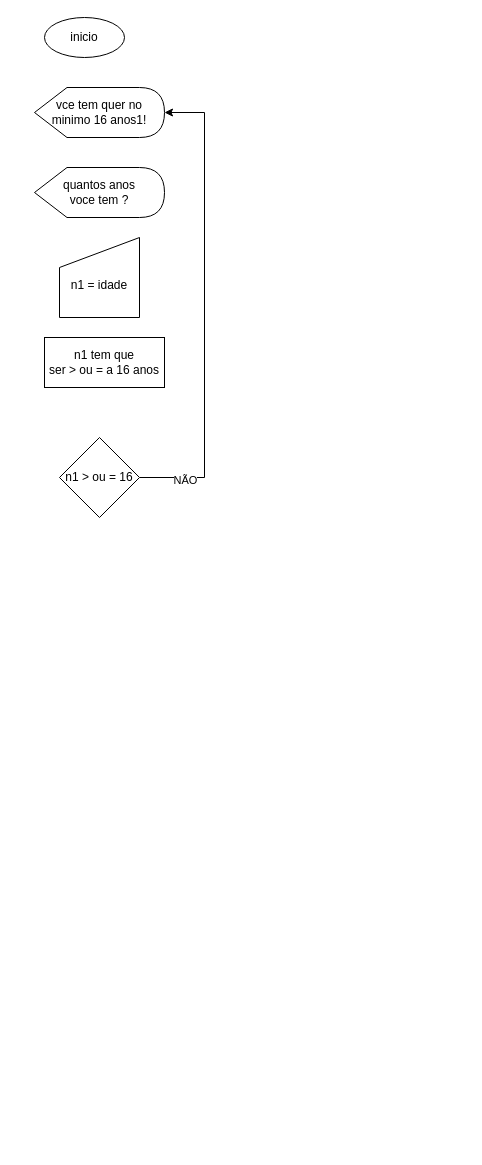
Above: Prova01.drawio in Lucas086Aguiar/fluxograma (draw.io), before the change. Source tidied: cells renumbered, new cells numbered last; positions are measured from the earlier drawing's top-left corner, leaving out a move shared by most shapes. Both pictures are drawn from the tidied source at 100%, with x=0, y=0 at pixel (34, 17).
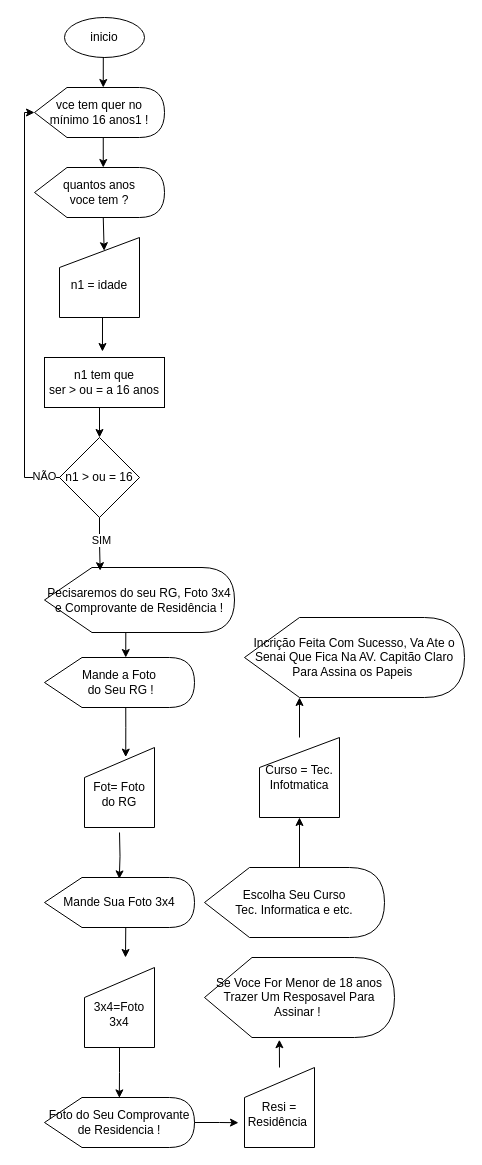
The same diagram, later.

Unchanged cells that the change refers to:
```xml
<mxCell id="4" value="quantos anos &lt;br&gt;voce tem ?" style="shape=display;whiteSpace=wrap;html=1;" parent="1" vertex="1">
  <mxGeometry y="150" width="130" height="50" as="geometry" />
</mxCell>
<mxCell id="5" value="&lt;br&gt;n1 = idade" style="shape=manualInput;whiteSpace=wrap;html=1;" parent="1" vertex="1">
  <mxGeometry x="25" y="220" width="80" height="80" as="geometry" />
</mxCell>
<mxCell id="9" value="n1 &amp;gt; ou = 16&lt;br&gt;" style="rhombus;whiteSpace=wrap;html=1;" parent="1" vertex="1">
  <mxGeometry x="25" y="420" width="80" height="80" as="geometry" />
</mxCell>
```

The edit, as a diff of the source:
```diff
@@
     <mxCell id="2" value="inicio" style="ellipse;whiteSpace=wrap;html=1;" parent="1" vertex="1">
-      <mxGeometry x="10" width="80" height="40" as="geometry" />
+      <mxGeometry x="30" width="80" height="40" as="geometry" />
     </mxCell>
-    <mxCell id="3" value="vce tem quer no minimo 16 anos1!" style="shape=display;whiteSpace=wrap;html=1;" parent="1" vertex="1">
+    <mxCell id="3" value="vce tem quer no mínimo 16 anos1 !" style="shape=display;whiteSpace=wrap;html=1;" parent="1" vertex="1">
       <mxGeometry y="70" width="130" height="50" as="geometry" />
     </mxCell>
@@
+    <mxCell id="10" style="edgeStyle=orthogonalEdgeStyle;rounded=0;jettySize=auto;html=1;exitX=0.5;exitY=1;exitDx=0;exitDy=0;entryX=0.5;entryY=0;entryDx=0;entryDy=0;" parent="1" edge="1" source="6" target="9">
+      <mxGeometry relative="1" as="geometry" />
+    </mxCell>
     <mxCell id="6" value="&lt;font style=&quot;&quot;&gt;&lt;font style=&quot;&quot;&gt;&lt;font style=&quot;&quot;&gt;&lt;font style=&quot;&quot;&gt;&lt;font style=&quot;&quot;&gt;&lt;font style=&quot;&quot;&gt;&lt;font style=&quot;&quot;&gt;&lt;font style=&quot;&quot;&gt;&lt;span style=&quot;vertical-align: inherit;&quot;&gt;n1 tem que&lt;br&gt;&amp;nbsp;ser &amp;gt; ou = a 16 anos&amp;nbsp;&lt;/span&gt;&lt;/font&gt;&lt;/font&gt;&lt;/font&gt;&lt;/font&gt;&lt;/font&gt;&lt;/font&gt;&lt;/font&gt;&lt;/font&gt;" style="rounded=0;whiteSpace=wrap;html=1;" parent="1" vertex="1">
-      <mxGeometry x="10" y="320" width="120" height="50" as="geometry" />
+      <mxGeometry x="10" y="340" width="120" height="50" as="geometry" />
     </mxCell>
-    <mxCell id="7" style="edgeStyle=orthogonalEdgeStyle;rounded=0;jettySize=auto;html=1;exitX=1;exitY=0.5;exitDx=0;exitDy=0;entryX=1;entryY=0.5;entryDx=0;entryDy=0;entryPerimeter=0;" parent="1" edge="1" source="9" target="3">
+    <mxCell id="7" style="edgeStyle=orthogonalEdgeStyle;rounded=0;jettySize=auto;html=1;exitX=1;exitY=0.5;exitDx=0;exitDy=0;entryX=0;entryY=0.5;entryDx=0;entryDy=0;entryPerimeter=0;" parent="1" edge="1" source="9" target="3">
       <mxGeometry relative="1" as="geometry">
         <Array as="points">
-          <mxPoint x="170" y="460" />
-          <mxPoint x="170" y="95" />
+          <mxPoint x="-10" y="460" />
+          <mxPoint x="-10" y="95" />
         </Array>
       </mxGeometry>
     </mxCell>
@@
+    <mxCell id="11" value="NÃO" style="edgeLabel;html=1;align=center;verticalAlign=middle;" parent="7" vertex="1">
+      <mxGeometry x="-0.61" y="-2" relative="1" as="geometry" />
+    </mxCell>
@@
+    <mxCell id="12" value="Pecisaremos do seu RG, Foto 3x4 e Comprovante de Residência !" style="shape=display;whiteSpace=wrap;html=1;" parent="1" vertex="1">
+      <mxGeometry x="10" y="550" width="190" height="65" as="geometry" />
+    </mxCell>
+    <mxCell id="13" style="edgeStyle=orthogonalEdgeStyle;rounded=0;jettySize=auto;html=1;exitX=0.5;exitY=1;exitDx=0;exitDy=0;entryX=0.293;entryY=0.049;entryDx=0;entryDy=0;entryPerimeter=0;" parent="1" edge="1" source="9" target="12">
+      <mxGeometry relative="1" as="geometry" />
+    </mxCell>
+    <mxCell id="14" value="SIM" style="edgeLabel;html=1;align=center;verticalAlign=middle;" parent="13" vertex="1">
+      <mxGeometry x="-0.19" y="1" relative="1" as="geometry" />
+    </mxCell>
+    <mxCell id="15" style="edgeStyle=orthogonalEdgeStyle;rounded=0;jettySize=auto;html=1;exitX=0;exitY=0;exitDx=81.25;exitDy=50;exitPerimeter=0;" parent="1" edge="1" source="16">
+      <mxGeometry relative="1" as="geometry">
+        <mxPoint x="91" y="940" as="targetPoint" />
+      </mxGeometry>
+    </mxCell>
+    <mxCell id="16" value="Mande Sua Foto 3x4" style="shape=display;whiteSpace=wrap;html=1;" parent="1" vertex="1">
+      <mxGeometry x="10" y="860" width="150" height="50" as="geometry" />
+    </mxCell>
+    <mxCell id="17" value="&amp;nbsp;&lt;br&gt;3x4=Foto 3x4" style="shape=manualInput;whiteSpace=wrap;html=1;" parent="1" vertex="1">
+      <mxGeometry x="50" y="950" width="70" height="80" as="geometry" />
+    </mxCell>
+    <mxCell id="18" value="Mande a Foto&lt;br&gt;&amp;nbsp;do Seu RG !" style="shape=display;whiteSpace=wrap;html=1;" parent="1" vertex="1">
+      <mxGeometry x="10" y="640" width="150" height="50" as="geometry" />
+    </mxCell>
+    <mxCell id="19" value="&amp;nbsp;&lt;br&gt;Fot= Foto do RG" style="shape=manualInput;whiteSpace=wrap;html=1;" parent="1" vertex="1">
+      <mxGeometry x="50" y="730" width="70" height="80" as="geometry" />
+    </mxCell>
+    <mxCell id="20" value="Foto do Seu Comprovante&lt;br&gt;de Residencia !&lt;br&gt;" style="shape=display;whiteSpace=wrap;html=1;" parent="1" vertex="1">
+      <mxGeometry x="10" y="1080" width="150" height="50" as="geometry" />
+    </mxCell>
+    <mxCell id="21" value="&amp;nbsp;&lt;br&gt;Resi =&lt;br&gt;Residência&amp;nbsp;" style="shape=manualInput;whiteSpace=wrap;html=1;" parent="1" vertex="1">
+      <mxGeometry x="210" y="1050" width="70" height="80" as="geometry" />
+    </mxCell>
+    <mxCell id="22" style="edgeStyle=orthogonalEdgeStyle;rounded=0;jettySize=auto;html=1;exitX=0.5;exitY=1;exitDx=0;exitDy=0;entryX=0;entryY=0;entryDx=68.75;entryDy=0;entryPerimeter=0;" parent="1" edge="1" source="2" target="3">
+      <mxGeometry relative="1" as="geometry" />
+    </mxCell>
+    <mxCell id="23" style="edgeStyle=orthogonalEdgeStyle;rounded=0;jettySize=auto;html=1;exitX=0;exitY=0;exitDx=68.75;exitDy=50;exitPerimeter=0;entryX=0;entryY=0;entryDx=68.75;entryDy=0;entryPerimeter=0;" parent="1" edge="1" source="3" target="4">
+      <mxGeometry relative="1" as="geometry" />
+    </mxCell>
+    <mxCell id="24" style="edgeStyle=orthogonalEdgeStyle;rounded=0;jettySize=auto;html=1;exitX=0.5;exitY=1;exitDx=0;exitDy=0;entryX=0.483;entryY=-0.12;entryDx=0;entryDy=0;entryPerimeter=0;" parent="1" edge="1" source="5" target="6">
+      <mxGeometry relative="1" as="geometry" />
+    </mxCell>
+    <mxCell id="25" style="edgeStyle=orthogonalEdgeStyle;rounded=0;jettySize=auto;html=1;exitX=0;exitY=0;exitDx=68.75;exitDy=50;exitPerimeter=0;entryX=0.558;entryY=0.165;entryDx=0;entryDy=0;entryPerimeter=0;" parent="1" edge="1" source="4" target="5">
+      <mxGeometry relative="1" as="geometry" />
+    </mxCell>
+    <mxCell id="26" style="edgeStyle=orthogonalEdgeStyle;rounded=0;jettySize=auto;html=1;exitX=0;exitY=0;exitDx=102.5;exitDy=65;exitPerimeter=0;entryX=0;entryY=0;entryDx=81.25;entryDy=0;entryPerimeter=0;" parent="1" edge="1" source="12" target="18">
+      <mxGeometry relative="1" as="geometry" />
+    </mxCell>
+    <mxCell id="27" style="edgeStyle=orthogonalEdgeStyle;rounded=0;jettySize=auto;html=1;exitX=0;exitY=0;exitDx=81.25;exitDy=50;exitPerimeter=0;entryX=0.589;entryY=0.12;entryDx=0;entryDy=0;entryPerimeter=0;" parent="1" edge="1" source="18" target="19">
+      <mxGeometry relative="1" as="geometry" />
+    </mxCell>
+    <mxCell id="28" style="edgeStyle=orthogonalEdgeStyle;rounded=0;orthogonalLoop=1;jettySize=auto;html=1;exitX=0.5;exitY=1;exitDx=0;exitDy=0;entryX=0.499;entryY=-0.072;entryDx=0;entryDy=0;entryPerimeter=0;" parent="1" edge="1">
+      <mxGeometry relative="1" as="geometry">
+        <mxPoint x="85" y="815" as="sourcePoint" />
+        <mxPoint x="84.8" y="861.4" as="targetPoint" />
+      </mxGeometry>
+    </mxCell>
+    <mxCell id="29" style="edgeStyle=orthogonalEdgeStyle;rounded=0;jettySize=auto;html=1;exitX=0.5;exitY=1;exitDx=0;exitDy=0;entryX=0.499;entryY=0.008;entryDx=0;entryDy=0;entryPerimeter=0;" parent="1" edge="1" source="17" target="20">
+      <mxGeometry relative="1" as="geometry" />
+    </mxCell>
+    <mxCell id="30" style="edgeStyle=orthogonalEdgeStyle;rounded=0;jettySize=auto;html=1;exitX=1;exitY=0.5;exitDx=0;exitDy=0;exitPerimeter=0;entryX=-0.086;entryY=0.69;entryDx=0;entryDy=0;entryPerimeter=0;" parent="1" edge="1" source="20" target="21">
+      <mxGeometry relative="1" as="geometry" />
+    </mxCell>
+    <mxCell id="31" value="Se Voce For Menor de 18 anos Trazer Um Resposavel Para Assinar !&amp;nbsp;" style="shape=display;whiteSpace=wrap;html=1;" parent="1" vertex="1">
+      <mxGeometry x="170" y="940" width="190" height="80" as="geometry" />
+    </mxCell>
+    <mxCell id="32" style="edgeStyle=orthogonalEdgeStyle;rounded=0;jettySize=auto;html=1;exitX=0.5;exitY=0;exitDx=0;exitDy=0;entryX=0.394;entryY=1.028;entryDx=0;entryDy=0;entryPerimeter=0;" parent="1" edge="1" source="21" target="31">
+      <mxGeometry relative="1" as="geometry" />
+    </mxCell>
+    <mxCell id="33" style="edgeStyle=orthogonalEdgeStyle;rounded=0;jettySize=auto;html=1;exitX=0;exitY=0;exitDx=95;exitDy=0;exitPerimeter=0;entryX=0.5;entryY=1;entryDx=0;entryDy=0;" parent="1" edge="1" source="34" target="35">
+      <mxGeometry relative="1" as="geometry" />
+    </mxCell>
+    <mxCell id="34" value="Escolha Seu Curso &lt;br&gt;Tec. Informatica e etc." style="shape=display;whiteSpace=wrap;html=1;" parent="1" vertex="1">
+      <mxGeometry x="170" y="850" width="180" height="70" as="geometry" />
+    </mxCell>
+    <mxCell id="35" value="Curso = Tec. Infotmatica" style="shape=manualInput;whiteSpace=wrap;html=1;" parent="1" vertex="1">
+      <mxGeometry x="225" y="720" width="80" height="80" as="geometry" />
+    </mxCell>
+    <mxCell id="36" value="Incrição Feita Com Sucesso, Va Ate o Senai Que Fica Na AV. Capitão Claro Para Assina os Papeis&amp;nbsp;" style="shape=display;whiteSpace=wrap;html=1;" parent="1" vertex="1">
+      <mxGeometry x="210" y="600" width="220" height="80" as="geometry" />
+    </mxCell>
+    <mxCell id="37" style="edgeStyle=orthogonalEdgeStyle;rounded=0;jettySize=auto;html=1;exitX=0.5;exitY=0;exitDx=0;exitDy=0;entryX=0;entryY=0;entryDx=55;entryDy=80;entryPerimeter=0;" parent="1" edge="1" source="35" target="36">
+      <mxGeometry relative="1" as="geometry" />
+    </mxCell>
```
